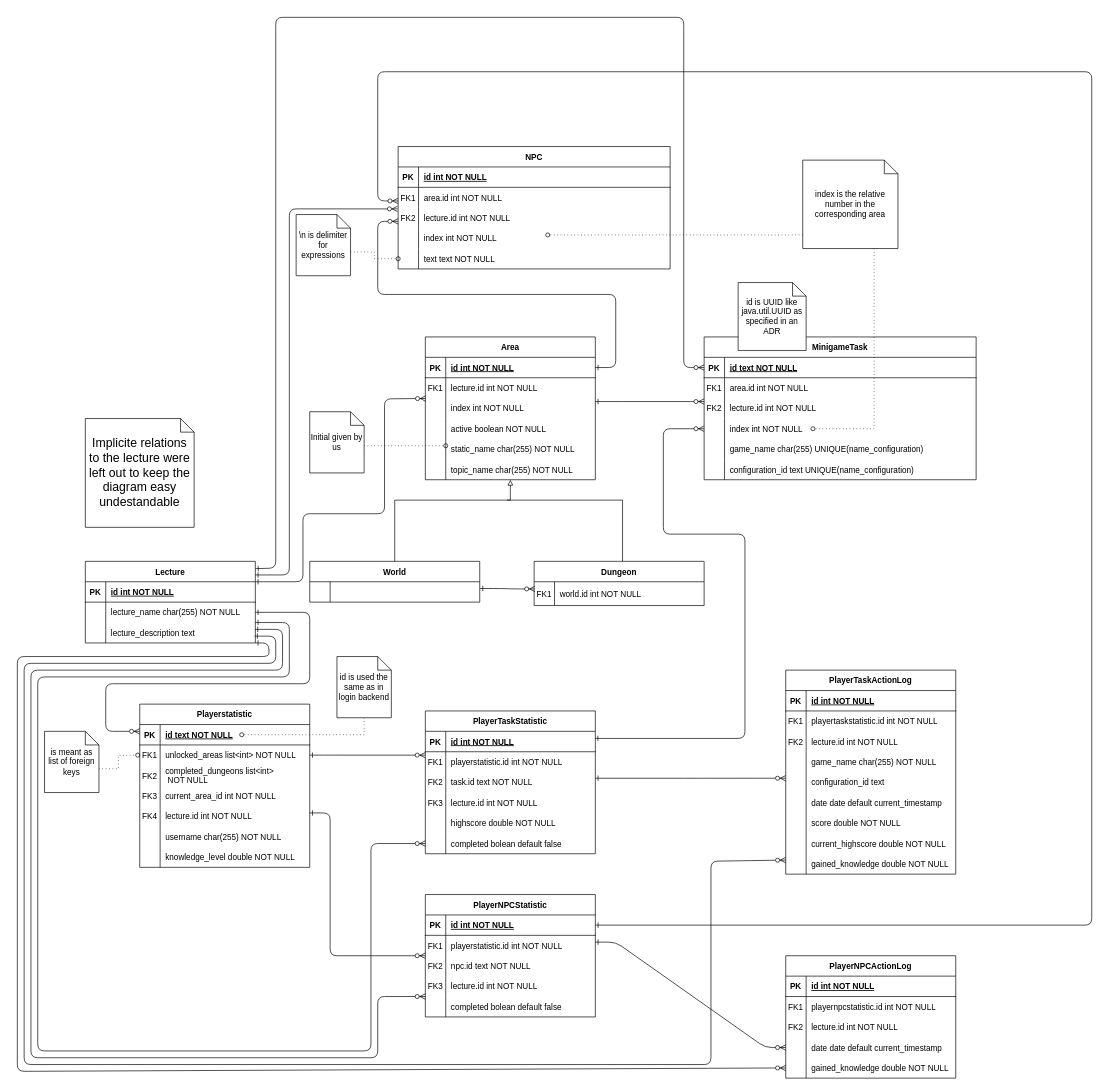
This is dev-manuals/services/overworld/database-model/database-model.drawio from Gamify-IT/docs, a draw.io file, before an edit. Source tidied: cells renumbered, new cells numbered last; positions are measured from the earlier drawing's top-left corner, leaving out a move shared by most shapes. Both pictures are drawn from the tidied source at 68%, with x=0, y=0 at pixel (17, 17).
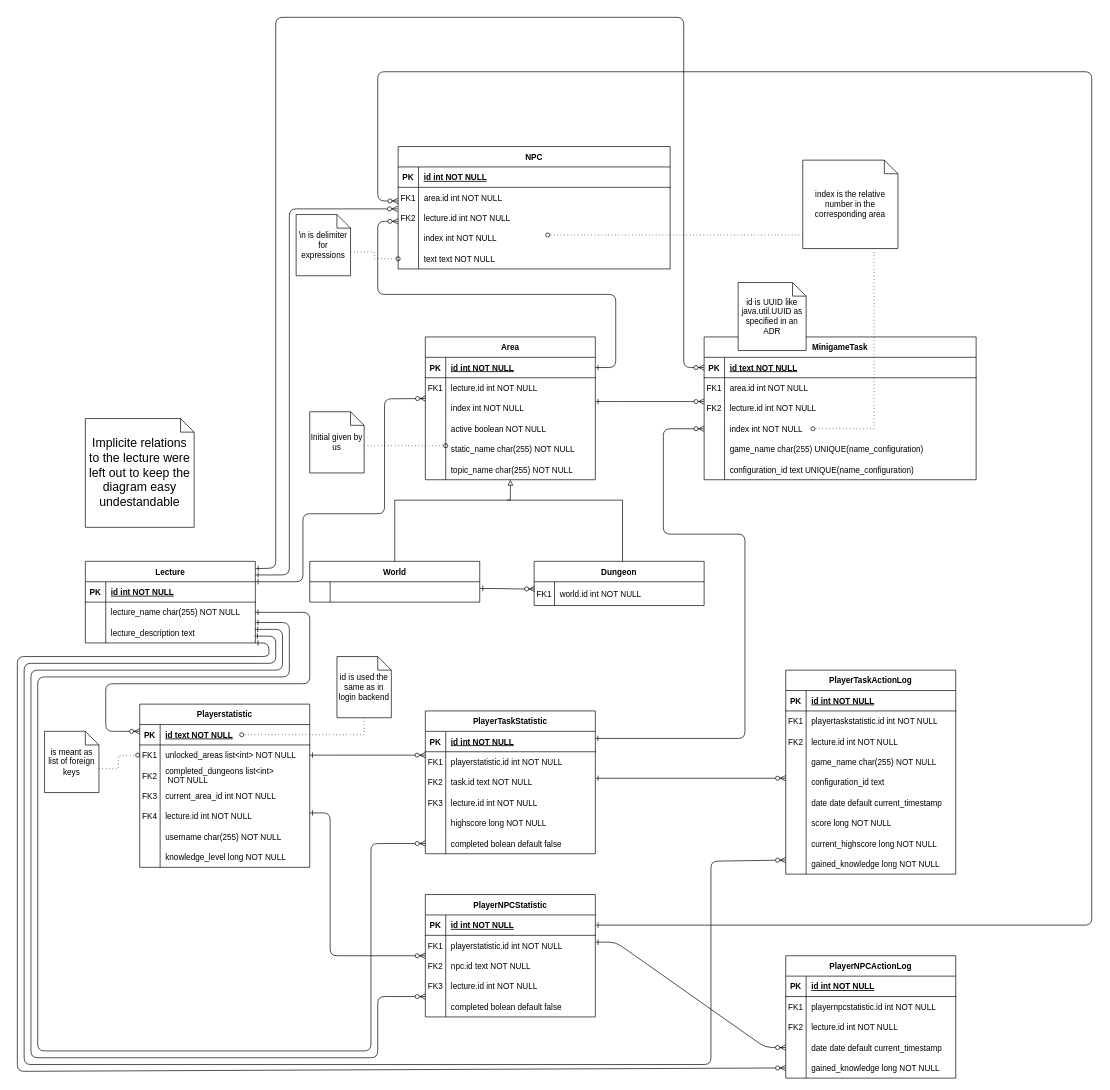
The same page after the edit.

Commit message (it also covers changes not shown here):
chnge knowledge type to long

Diff of the diagram source:
```diff
@@
-    <mxCell id="97" value="knowledge_level double NOT NULL" style="shape=partialRectangle;overflow=hidden;fillColor=none;top=0;left=0;bottom=0;right=0;align=left;spacingLeft=6;" parent="1" vertex="1">
+    <mxCell id="97" value="knowledge_level long NOT NULL" style="shape=partialRectangle;overflow=hidden;fillColor=none;top=0;left=0;bottom=0;right=0;align=left;spacingLeft=6;" parent="1" vertex="1">
       <mxGeometry x="210" y="1220" width="220" height="30" as="geometry" />
     </mxCell>
@@
-    <mxCell id="140" value="highscore double NOT NULL" style="shape=partialRectangle;overflow=hidden;fillColor=none;top=0;left=0;bottom=0;right=0;align=left;spacingLeft=6;" parent="1" vertex="1">
+    <mxCell id="140" value="highscore long NOT NULL" style="shape=partialRectangle;overflow=hidden;fillColor=none;top=0;left=0;bottom=0;right=0;align=left;spacingLeft=6;" parent="1" vertex="1">
       <mxGeometry x="630" y="1170" width="220" height="30" as="geometry" />
     </mxCell>
@@
-    <mxCell id="182" value="score double NOT NULL" style="shape=partialRectangle;overflow=hidden;fillColor=none;top=0;left=0;bottom=0;right=0;align=left;spacingLeft=6;" parent="1" vertex="1">
+    <mxCell id="182" value="score long NOT NULL" style="shape=partialRectangle;overflow=hidden;fillColor=none;top=0;left=0;bottom=0;right=0;align=left;spacingLeft=6;" parent="1" vertex="1">
       <mxGeometry x="1160" y="1170" width="220" height="30" as="geometry" />
     </mxCell>
-    <mxCell id="183" value="current_highscore double NOT NULL" style="shape=partialRectangle;overflow=hidden;fillColor=none;top=0;left=0;bottom=0;right=0;align=left;spacingLeft=6;" parent="1" vertex="1">
+    <mxCell id="183" value="current_highscore long NOT NULL" style="shape=partialRectangle;overflow=hidden;fillColor=none;top=0;left=0;bottom=0;right=0;align=left;spacingLeft=6;" parent="1" vertex="1">
       <mxGeometry x="1160" y="1200" width="220" height="30" as="geometry" />
     </mxCell>
-    <mxCell id="184" value="gained_knowledge double NOT NULL" style="shape=partialRectangle;overflow=hidden;fillColor=none;top=0;left=0;bottom=0;right=0;align=left;spacingLeft=6;" parent="1" vertex="1">
+    <mxCell id="184" value="gained_knowledge long NOT NULL" style="shape=partialRectangle;overflow=hidden;fillColor=none;top=0;left=0;bottom=0;right=0;align=left;spacingLeft=6;" parent="1" vertex="1">
       <mxGeometry x="1160" y="1230" width="220" height="30" as="geometry" />
     </mxCell>
@@
-    <mxCell id="221" value="gained_knowledge double NOT NULL" style="shape=partialRectangle;overflow=hidden;fillColor=none;top=0;left=0;bottom=0;right=0;align=left;spacingLeft=6;" parent="1" vertex="1">
+    <mxCell id="221" value="gained_knowledge long NOT NULL" style="shape=partialRectangle;overflow=hidden;fillColor=none;top=0;left=0;bottom=0;right=0;align=left;spacingLeft=6;" parent="1" vertex="1">
       <mxGeometry x="1160" y="1530" width="220" height="30" as="geometry" />
     </mxCell>
```
